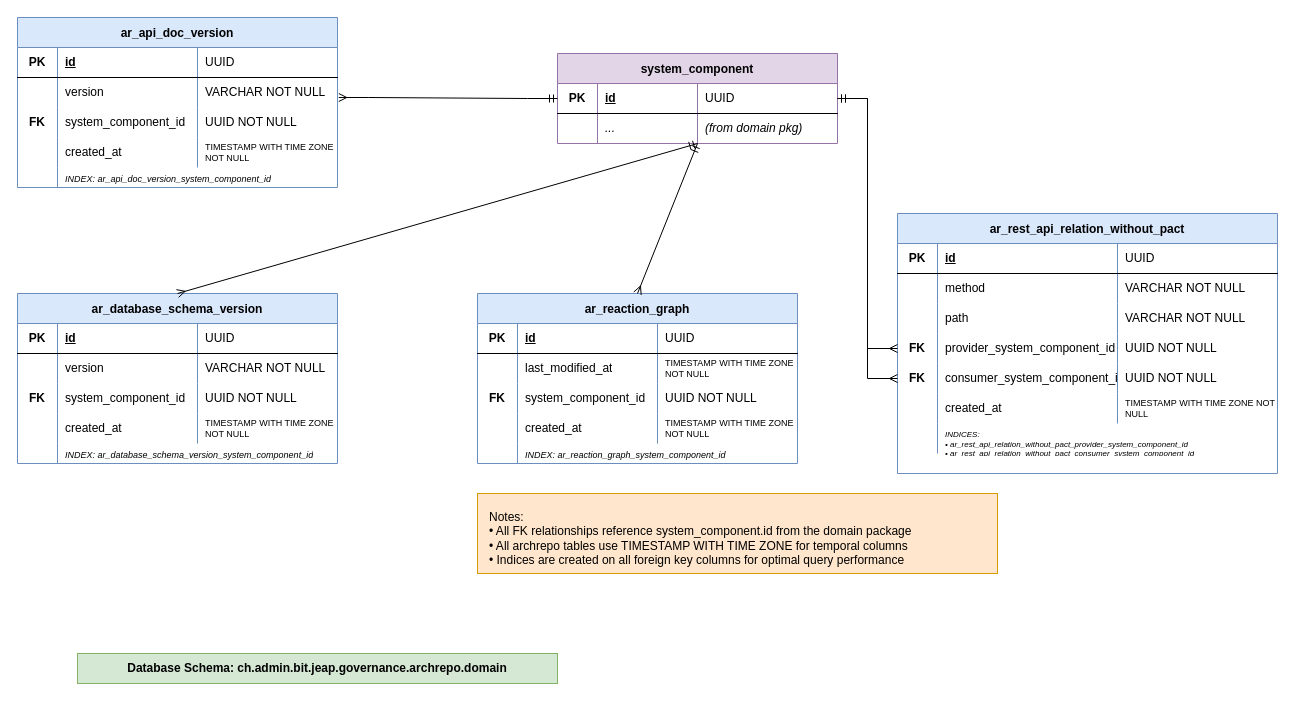
Above: docs/images/archrepo-db-schema.drawio in jeap-admin-ch/jeap-governance-service (draw.io), before the change. Source tidied: cells renumbered, new cells numbered last; positions are measured from the earlier drawing's top-left corner, leaving out a move shared by most shapes. Both pictures are drawn from the tidied source at 100%, with x=0, y=0 at pixel (17, 17).
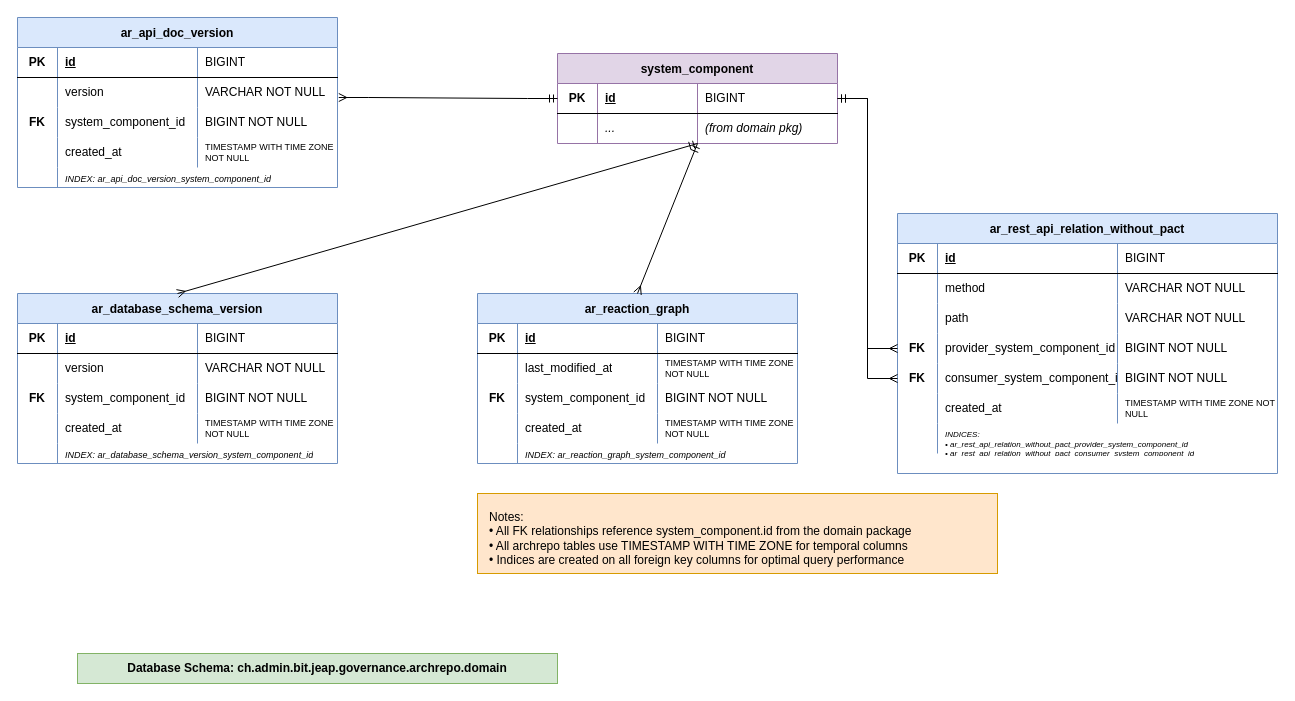
The same page after the edit.

The change refers to these unchanged cells:
```xml
<mxCell id="3" style="shape=tableRow;horizontal=0;startSize=0;swimlaneHead=0;swimlaneBody=0;fillColor=none;points=[[0,0.5],[1,0.5]];portConstraint=eastwest;top=0;left=0;right=0;bottom=1;" parent="2" vertex="1">
  <mxGeometry y="30" width="280" height="30" as="geometry" />
</mxCell>
<mxCell id="12" style="shape=tableRow;horizontal=0;startSize=0;swimlaneHead=0;swimlaneBody=0;fillColor=none;top=0;left=0;right=0;bottom=1;" parent="11" vertex="1">
  <mxGeometry y="30" width="320" height="30" as="geometry" />
</mxCell>
<mxCell id="20" style="shape=tableRow;horizontal=0;startSize=0;swimlaneHead=0;swimlaneBody=0;fillColor=none;top=0;left=0;right=0;bottom=0;" parent="11" vertex="1">
  <mxGeometry y="90" width="320" height="30" as="geometry" />
</mxCell>
<mxCell id="32" style="shape=tableRow;horizontal=0;startSize=0;swimlaneHead=0;swimlaneBody=0;fillColor=none;top=0;left=0;right=0;bottom=1;" parent="31" vertex="1">
  <mxGeometry y="30" width="320" height="30" as="geometry" />
</mxCell>
<mxCell id="40" style="shape=tableRow;horizontal=0;startSize=0;swimlaneHead=0;swimlaneBody=0;fillColor=none;top=0;left=0;right=0;bottom=0;" parent="31" vertex="1">
  <mxGeometry y="90" width="320" height="30" as="geometry" />
</mxCell>
<mxCell id="52" style="shape=tableRow;horizontal=0;startSize=0;swimlaneHead=0;swimlaneBody=0;fillColor=none;top=0;left=0;right=0;bottom=1;" parent="51" vertex="1">
  <mxGeometry y="30" width="320" height="30" as="geometry" />
</mxCell>
<mxCell id="60" style="shape=tableRow;horizontal=0;startSize=0;swimlaneHead=0;swimlaneBody=0;fillColor=none;top=0;left=0;right=0;bottom=0;" parent="51" vertex="1">
  <mxGeometry y="90" width="320" height="30" as="geometry" />
</mxCell>
<mxCell id="72" style="shape=tableRow;horizontal=0;startSize=0;swimlaneHead=0;swimlaneBody=0;fillColor=none;top=0;left=0;right=0;bottom=1;" parent="71" vertex="1">
  <mxGeometry y="30" width="380" height="30" as="geometry" />
</mxCell>
<mxCell id="84" style="shape=tableRow;horizontal=0;startSize=0;swimlaneHead=0;swimlaneBody=0;fillColor=none;points=[[0,0.5],[1,0.5]];portConstraint=eastwest;top=0;left=0;right=0;bottom=0;" parent="71" vertex="1">
  <mxGeometry y="120" width="380" height="30" as="geometry" />
</mxCell>
<mxCell id="88" style="shape=tableRow;horizontal=0;startSize=0;swimlaneHead=0;swimlaneBody=0;fillColor=none;points=[[0,0.5],[1,0.5]];portConstraint=eastwest;top=0;left=0;right=0;bottom=0;" parent="71" vertex="1">
  <mxGeometry y="150" width="380" height="30" as="geometry" />
</mxCell>
```

The edit, as a diff of the source:
```diff
@@
-    <mxCell id="6" value="UUID" style="shape=partialRectangle;fillColor=none;top=0;left=0;bottom=0;right=0;align=left;spacingLeft=6;overflow=hidden;whiteSpace=wrap;html=1;" parent="3" vertex="1">
+    <mxCell id="6" value="BIGINT" style="shape=partialRectangle;fillColor=none;top=0;left=0;bottom=0;right=0;align=left;spacingLeft=6;overflow=hidden;whiteSpace=wrap;html=1;" parent="3" vertex="1">
       <mxGeometry x="140" width="140" height="30" as="geometry" />
     </mxCell>
@@
-    <mxCell id="15" value="UUID" style="shape=partialRectangle;fillColor=none;top=0;left=0;bottom=0;right=0;align=left;spacingLeft=6;overflow=hidden;whiteSpace=wrap;html=1;" parent="12" vertex="1">
+    <mxCell id="15" value="BIGINT" style="shape=partialRectangle;fillColor=none;top=0;left=0;bottom=0;right=0;align=left;spacingLeft=6;overflow=hidden;whiteSpace=wrap;html=1;" parent="12" vertex="1">
       <mxGeometry x="180" width="140" height="30" as="geometry" />
     </mxCell>
@@
-    <mxCell id="23" value="UUID NOT NULL" style="shape=partialRectangle;fillColor=none;top=0;left=0;bottom=0;right=0;align=left;spacingLeft=6;overflow=hidden;whiteSpace=wrap;html=1;" parent="20" vertex="1">
+    <mxCell id="23" value="BIGINT NOT NULL" style="shape=partialRectangle;fillColor=none;top=0;left=0;bottom=0;right=0;align=left;spacingLeft=6;overflow=hidden;whiteSpace=wrap;html=1;" parent="20" vertex="1">
       <mxGeometry x="180" width="140" height="30" as="geometry" />
     </mxCell>
@@
-    <mxCell id="35" value="UUID" style="shape=partialRectangle;fillColor=none;top=0;left=0;bottom=0;right=0;align=left;spacingLeft=6;overflow=hidden;whiteSpace=wrap;html=1;" parent="32" vertex="1">
+    <mxCell id="35" value="BIGINT" style="shape=partialRectangle;fillColor=none;top=0;left=0;bottom=0;right=0;align=left;spacingLeft=6;overflow=hidden;whiteSpace=wrap;html=1;" parent="32" vertex="1">
       <mxGeometry x="180" width="140" height="30" as="geometry" />
     </mxCell>
@@
-    <mxCell id="43" value="UUID NOT NULL" style="shape=partialRectangle;fillColor=none;top=0;left=0;bottom=0;right=0;align=left;spacingLeft=6;overflow=hidden;whiteSpace=wrap;html=1;" parent="40" vertex="1">
+    <mxCell id="43" value="BIGINT NOT NULL" style="shape=partialRectangle;fillColor=none;top=0;left=0;bottom=0;right=0;align=left;spacingLeft=6;overflow=hidden;whiteSpace=wrap;html=1;" parent="40" vertex="1">
       <mxGeometry x="180" width="140" height="30" as="geometry" />
     </mxCell>
@@
-    <mxCell id="55" value="UUID" style="shape=partialRectangle;fillColor=none;top=0;left=0;bottom=0;right=0;align=left;spacingLeft=6;overflow=hidden;whiteSpace=wrap;html=1;" parent="52" vertex="1">
+    <mxCell id="55" value="BIGINT" style="shape=partialRectangle;fillColor=none;top=0;left=0;bottom=0;right=0;align=left;spacingLeft=6;overflow=hidden;whiteSpace=wrap;html=1;" parent="52" vertex="1">
       <mxGeometry x="180" width="140" height="30" as="geometry" />
     </mxCell>
@@
-    <mxCell id="63" value="UUID NOT NULL" style="shape=partialRectangle;fillColor=none;top=0;left=0;bottom=0;right=0;align=left;spacingLeft=6;overflow=hidden;whiteSpace=wrap;html=1;" parent="60" vertex="1">
+    <mxCell id="63" value="BIGINT NOT NULL" style="shape=partialRectangle;fillColor=none;top=0;left=0;bottom=0;right=0;align=left;spacingLeft=6;overflow=hidden;whiteSpace=wrap;html=1;" parent="60" vertex="1">
       <mxGeometry x="180" width="140" height="30" as="geometry" />
     </mxCell>
@@
-    <mxCell id="75" value="UUID" style="shape=partialRectangle;fillColor=none;top=0;left=0;bottom=0;right=0;align=left;spacingLeft=6;overflow=hidden;whiteSpace=wrap;html=1;" parent="72" vertex="1">
+    <mxCell id="75" value="BIGINT" style="shape=partialRectangle;fillColor=none;top=0;left=0;bottom=0;right=0;align=left;spacingLeft=6;overflow=hidden;whiteSpace=wrap;html=1;" parent="72" vertex="1">
       <mxGeometry x="220" width="160" height="30" as="geometry" />
     </mxCell>
@@
-    <mxCell id="87" value="UUID NOT NULL" style="shape=partialRectangle;fillColor=none;top=0;left=0;bottom=0;right=0;align=left;spacingLeft=6;overflow=hidden;whiteSpace=wrap;html=1;" parent="84" vertex="1">
+    <mxCell id="87" value="BIGINT NOT NULL" style="shape=partialRectangle;fillColor=none;top=0;left=0;bottom=0;right=0;align=left;spacingLeft=6;overflow=hidden;whiteSpace=wrap;html=1;" parent="84" vertex="1">
       <mxGeometry x="220" width="160" height="30" as="geometry" />
     </mxCell>
@@
-    <mxCell id="91" value="UUID NOT NULL" style="shape=partialRectangle;fillColor=none;top=0;left=0;bottom=0;right=0;align=left;spacingLeft=6;overflow=hidden;whiteSpace=wrap;html=1;" parent="88" vertex="1">
+    <mxCell id="91" value="BIGINT NOT NULL" style="shape=partialRectangle;fillColor=none;top=0;left=0;bottom=0;right=0;align=left;spacingLeft=6;overflow=hidden;whiteSpace=wrap;html=1;" parent="88" vertex="1">
       <mxGeometry x="220" width="160" height="30" as="geometry" />
     </mxCell>
```
